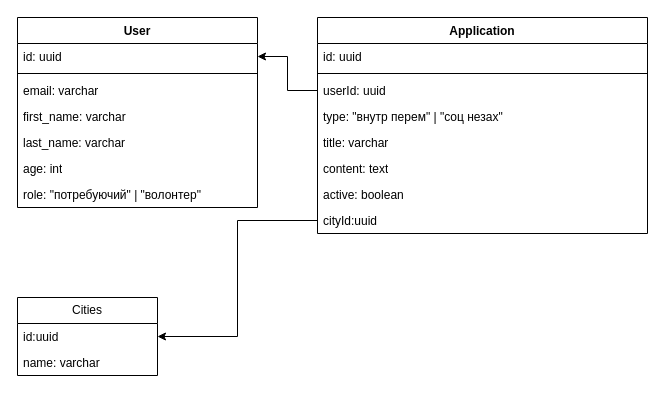
Above: Database.drawio in fyurchik/CodeCon (draw.io), before the change. Source tidied: cells renumbered, new cells numbered last; positions are measured from the earlier drawing's top-left corner, leaving out a move shared by most shapes. Both pictures are drawn from the tidied source at 100%, with x=0, y=0 at pixel (17, 17).
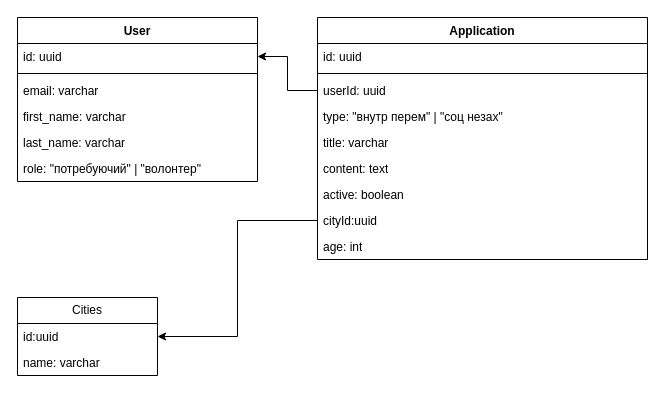
After the change.

Commit message:
Moved age to application

The edit, as a diff of the source:
```diff
@@
     <mxCell id="2" value="User" style="swimlane;fontStyle=1;align=center;verticalAlign=top;horizontal=1;startSize=26;whiteSpace=wrap;html=1;" parent="1" vertex="1">
-      <mxGeometry width="240" height="190" as="geometry" />
+      <mxGeometry width="240" height="164" as="geometry" />
     </mxCell>
@@
-    <mxCell id="8" value="age: int" style="text;strokeColor=none;fillColor=none;align=left;verticalAlign=top;spacingLeft=4;spacingRight=4;overflow=hidden;whiteSpace=wrap;html=1;" parent="2" vertex="1">
-      <mxGeometry y="138" width="240" height="26" as="geometry" />
-    </mxCell>
     <mxCell id="9" value="role: &quot;потребуючий&quot; | &quot;волонтер&quot;" style="text;strokeColor=none;fillColor=none;align=left;verticalAlign=top;spacingLeft=4;spacingRight=4;overflow=hidden;whiteSpace=wrap;html=1;" parent="2" vertex="1">
-      <mxGeometry y="164" width="240" height="26" as="geometry" />
+      <mxGeometry y="138" width="240" height="26" as="geometry" />
     </mxCell>
     <mxCell id="10" value="Application" style="swimlane;fontStyle=1;align=center;verticalAlign=top;horizontal=1;startSize=26;whiteSpace=wrap;html=1;" parent="1" vertex="1">
-      <mxGeometry x="300" width="330" height="216" as="geometry" />
+      <mxGeometry x="300" width="330" height="242" as="geometry" />
     </mxCell>
@@
+    <mxCell id="8" value="age: int" style="text;strokeColor=none;fillColor=none;align=left;verticalAlign=top;spacingLeft=4;spacingRight=4;overflow=hidden;whiteSpace=wrap;html=1;" parent="10" vertex="1">
+      <mxGeometry y="216" width="330" height="26" as="geometry" />
+    </mxCell>
```
